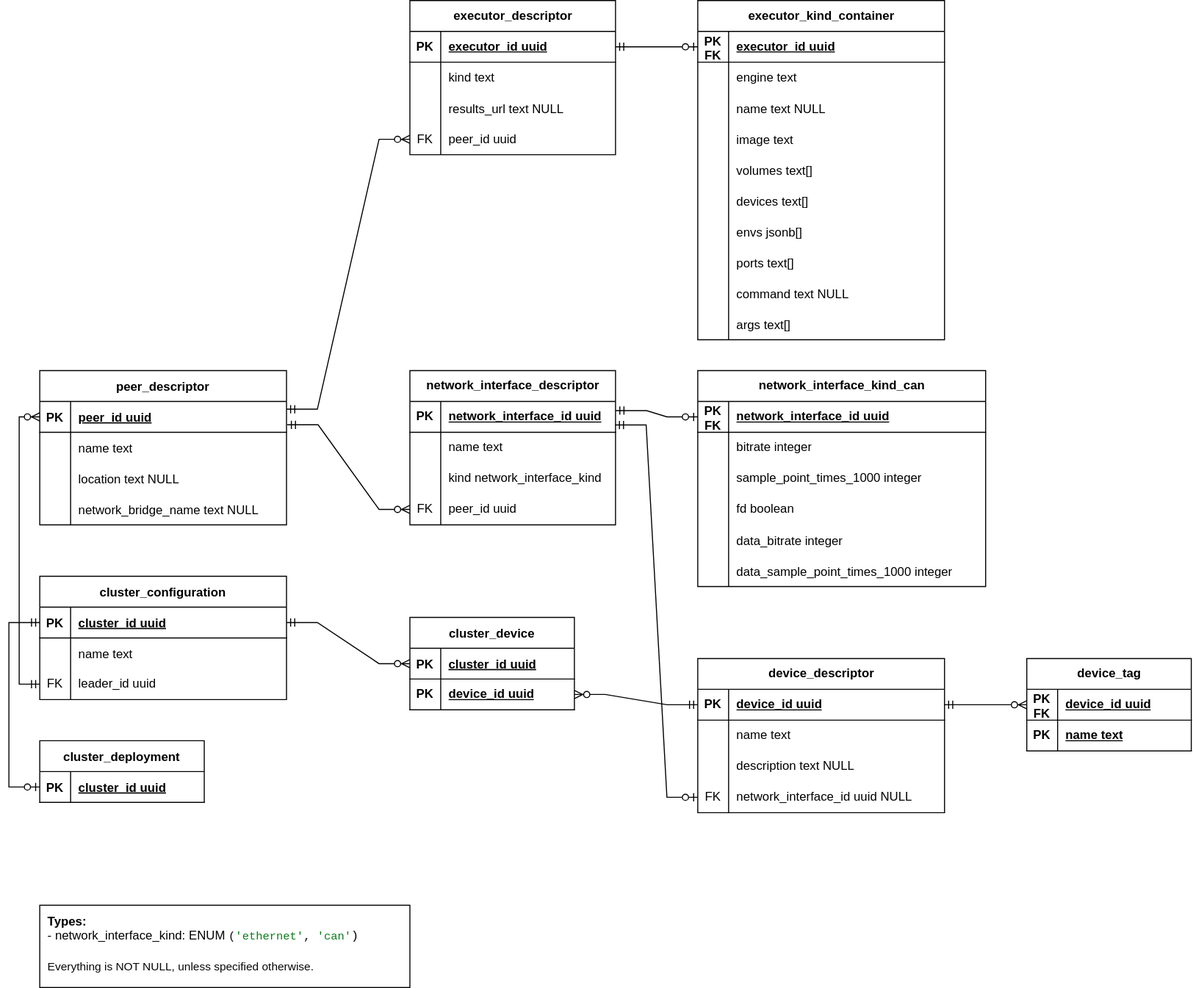
The draw.io diagram doc/src/architecture/carl/img/database-schema.svg in eclipse-opendut/opendut, before a commit. Source tidied: cells renumbered, new cells last; positions are measured from the earlier drawing's top-left corner, leaving out a move shared by most shapes.
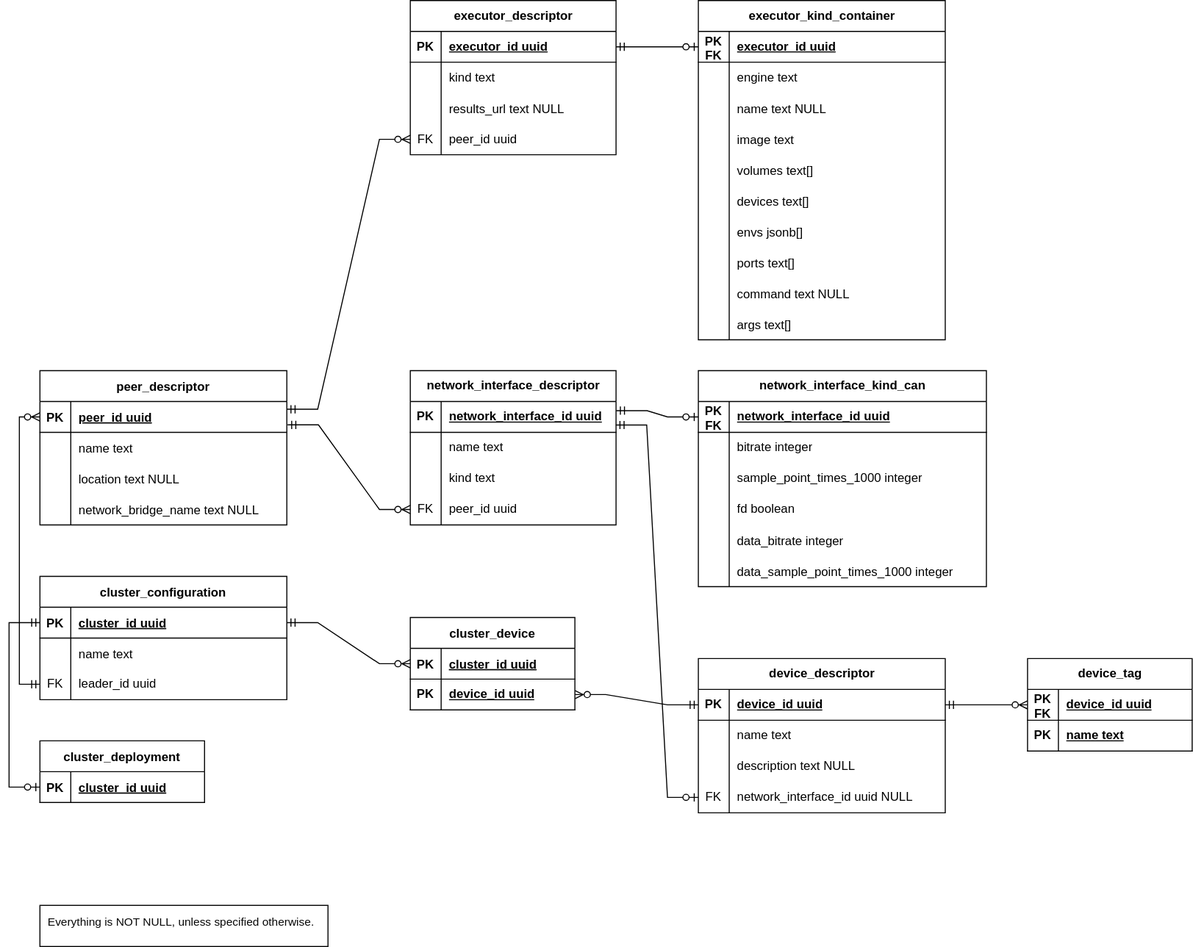
Later version of the same file.

Commit message:
CARL Persistence -> Persist NetworkInterface kind as string rather than enum.

Diff of the diagram source:
```diff
@@ -68,7 +68,7 @@
     <mxCell id="23" style="shape=partialRectangle;fillColor=none;top=0;left=0;bottom=0;right=0;overflow=hidden;whiteSpace=wrap;html=1;" parent="22" vertex="1">
       <mxGeometry width="30" height="30" as="geometry" />
     </mxCell>
-    <mxCell id="24" value="kind network_interface_kind" style="shape=partialRectangle;fillColor=none;top=0;left=0;bottom=0;right=0;align=left;spacingLeft=6;overflow=hidden;whiteSpace=wrap;html=1;" parent="22" vertex="1">
+    <mxCell id="24" value="kind text" style="shape=partialRectangle;fillColor=none;top=0;left=0;bottom=0;right=0;align=left;spacingLeft=6;overflow=hidden;whiteSpace=wrap;html=1;" parent="22" vertex="1">
       <mxGeometry x="30" width="170" height="30" as="geometry" />
     </mxCell>
     <mxCell id="25" style="shape=tableRow;horizontal=0;startSize=0;swimlaneHead=0;swimlaneBody=0;fillColor=none;points=[[0,0.5],[1,0.5]];portConstraint=eastwest;top=0;left=0;right=0;bottom=0;" parent="15" vertex="1">
@@ -143,8 +143,8 @@
     <mxCell id="48" style="edgeStyle=entityRelationEdgeStyle;fontSize=12;html=1;endArrow=ERzeroToOne;startArrow=ERmandOne;rounded=0;exitX=1.001;exitY=0.296;exitDx=0;exitDy=0;entryX=0;entryY=0.5;entryDx=0;entryDy=0;exitPerimeter=0;" parent="1" edge="1" source="16" target="30">
       <mxGeometry relative="1" as="geometry" />
     </mxCell>
-    <mxCell id="49" value="&lt;b&gt;Types:&lt;/b&gt;&lt;br&gt;- network_interface_kind:&amp;nbsp;ENUM &lt;font face=&quot;Courier New&quot;&gt;&lt;span style=&quot;font-size: 8.3pt; background-color: rgb(255, 255, 255); color: rgb(8, 8, 8);&quot;&gt;(&lt;/span&gt;&lt;span style=&quot;font-size: 8.3pt; background-color: rgb(255, 255, 255); color: rgb(6, 125, 23);&quot;&gt;'ethernet'&lt;/span&gt;&lt;span style=&quot;font-size: 8.3pt; background-color: rgb(255, 255, 255); color: rgb(8, 8, 8);&quot;&gt;, &lt;/span&gt;&lt;span style=&quot;font-size: 8.3pt; background-color: rgb(255, 255, 255); color: rgb(6, 125, 23);&quot;&gt;'can'&lt;/span&gt;)&lt;/font&gt;&lt;span style=&quot;font-size: 8.3pt; background-color: rgb(255, 255, 255); color: rgb(8, 8, 8);&quot;&gt;&lt;br&gt;&lt;br&gt;Everything is NOT NULL, unless specified otherwise.&lt;br&gt;&lt;/span&gt;" style="text;html=1;strokeColor=default;fillColor=none;align=left;verticalAlign=top;whiteSpace=wrap;rounded=0;spacing=4;spacingTop=0;spacingBottom=0;horizontal=1;spacingLeft=4;glass=0;shadow=0;" parent="1" vertex="1">
-      <mxGeometry x="30" y="880" width="360" height="80" as="geometry" />
+    <mxCell id="49" value="&lt;span style=&quot;font-size: 8.3pt; background-color: rgb(255, 255, 255); color: rgb(8, 8, 8);&quot;&gt;Everything is NOT NULL, unless specified otherwise.&lt;br&gt;&lt;/span&gt;" style="text;html=1;strokeColor=default;fillColor=none;align=left;verticalAlign=top;whiteSpace=wrap;rounded=0;spacing=4;spacingTop=0;spacingBottom=0;horizontal=1;spacingLeft=4;glass=0;shadow=0;" parent="1" vertex="1">
+      <mxGeometry x="30" y="880" width="280" height="40" as="geometry" />
     </mxCell>
     <mxCell id="50" value="device_descriptor" style="shape=table;startSize=30;rowLines=0;fontStyle=1;align=center;html=1;" parent="1" vertex="1">
       <mxGeometry x="670" y="640" width="240" height="150" as="geometry" />
```
